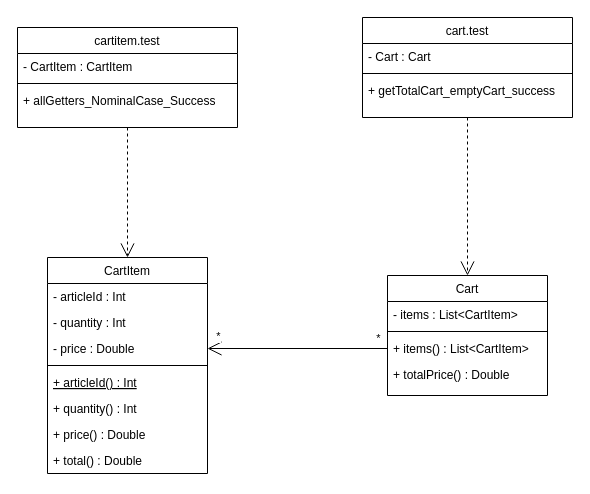
The draw.io diagram ClassDiagram.drawio in CyrilGoldenschue/RIA1_TDD_TRAINING, before the edit. Source tidied: cells renumbered, new cells numbered last; positions are measured from the earlier drawing's top-left corner, leaving out a move shared by most shapes. Both pictures are drawn from the tidied source at 100%, with x=0, y=0 at pixel (17, 17).
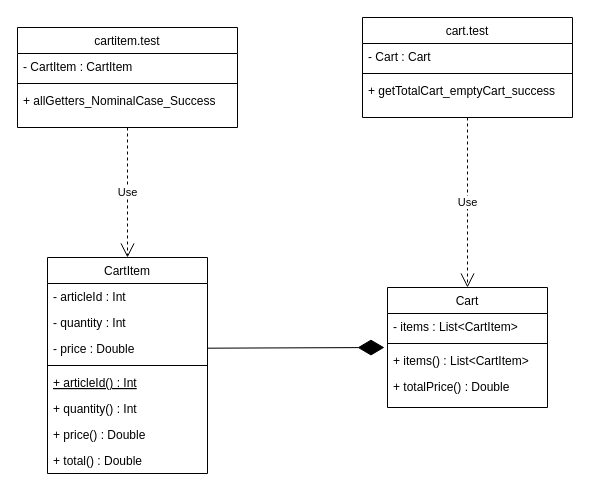
The same page after the edit.

Commit message:
Correct relation

The change refers to these unchanged cells:
```xml
<mxCell id="2" value="CartItem" style="swimlane;fontStyle=0;align=center;verticalAlign=top;horizontal=1;startSize=26;rounded=0;shadow=0;strokeWidth=1;" parent="1" vertex="1">
  <mxGeometry x="30" y="240" width="160" height="216" as="geometry" />
</mxCell>
<mxCell id="5" value="- price : Double" style="text;align=left;verticalAlign=top;spacingLeft=4;spacingRight=4;overflow=hidden;points=[[0,0.5],[1,0.5]];portConstraint=eastwest;rounded=0;shadow=0;html=0;" parent="2" vertex="1">
  <mxGeometry y="78" width="160" height="26" as="geometry" />
</mxCell>
<mxCell id="14" value="+ items() : List&lt;CartItem&gt;" style="text;align=left;verticalAlign=top;spacingLeft=4;spacingRight=4;overflow=hidden;points=[[0,0.5],[1,0.5]];portConstraint=eastwest;" parent="11" vertex="1">
  <mxGeometry y="60" width="160" height="26" as="geometry" />
</mxCell>
<mxCell id="16" value="cartitem.test" style="swimlane;fontStyle=0;align=center;verticalAlign=top;horizontal=1;startSize=26;rounded=0;shadow=0;strokeWidth=1;" parent="1" vertex="1">
  <mxGeometry y="10" width="220" height="100" as="geometry" />
</mxCell>
<mxCell id="20" value="cart.test" style="swimlane;fontStyle=0;align=center;verticalAlign=top;horizontal=1;startSize=26;rounded=0;shadow=0;strokeWidth=1;" parent="1" vertex="1">
  <mxGeometry x="345" width="210" height="100" as="geometry" />
</mxCell>
```

Diff of the diagram source:
```diff
@@
     <mxCell id="11" value="Cart" style="swimlane;fontStyle=0;align=center;verticalAlign=top;horizontal=1;startSize=26;rounded=0;shadow=0;strokeWidth=1;" parent="1" vertex="1">
-      <mxGeometry x="370" y="258" width="160" height="120" as="geometry" />
+      <mxGeometry x="370" y="270" width="160" height="120" as="geometry" />
     </mxCell>
@@
-    <mxCell id="24" style="endArrow=open;endFill=1;endSize=12;html=1;rounded=0;exitX=0;exitY=0.5;exitDx=0;exitDy=0;entryX=1;entryY=0.5;entryDx=0;entryDy=0;" parent="1" edge="1" source="14" target="5">
-      <mxGeometry relative="1" as="geometry" />
-    </mxCell>
-    <mxCell id="25" value="*" style="edgeLabel;html=1;align=center;verticalAlign=middle;" parent="24" vertex="1">
-      <mxGeometry x="0.49" y="4" relative="1" as="geometry">
-        <mxPoint x="-36" y="-17" as="offset" />
-      </mxGeometry>
-    </mxCell>
-    <mxCell id="26" value="*" style="edgeLabel;html=1;align=center;verticalAlign=middle;" parent="24" vertex="1">
-      <mxGeometry x="-0.19" y="1" relative="1" as="geometry">
-        <mxPoint x="63" y="-12" as="offset" />
-      </mxGeometry>
-    </mxCell>
-    <mxCell id="27" style="endArrow=open;endFill=1;endSize=12;html=1;rounded=0;exitX=0.5;exitY=1;exitDx=0;exitDy=0;entryX=0.5;entryY=0;entryDx=0;entryDy=0;dashed=1;" parent="1" edge="1" source="20" target="11">
-      <mxGeometry relative="1" as="geometry" />
-    </mxCell>
+    <mxCell id="29" style="endArrow=diamondThin;endFill=1;endSize=24;html=1;rounded=0;entryX=-0.019;entryY=0;entryDx=0;entryDy=0;entryPerimeter=0;" parent="1" edge="1" source="5" target="14">
+      <mxGeometry relative="1" as="geometry" />
+    </mxCell>
-    <mxCell id="28" style="endArrow=open;endFill=1;endSize=12;html=1;rounded=0;exitX=0.5;exitY=1;exitDx=0;exitDy=0;entryX=0.5;entryY=0;entryDx=0;entryDy=0;dashed=1;" parent="1" edge="1" source="16" target="2">
+    <mxCell id="28" value="Use" style="endArrow=open;endSize=12;dashed=1;html=1;rounded=0;entryX=0.5;entryY=0;entryDx=0;entryDy=0;exitX=0.5;exitY=1;exitDx=0;exitDy=0;" parent="1" edge="1" source="16" target="2">
       <mxGeometry relative="1" as="geometry" />
     </mxCell>
+    <mxCell id="30" value="Use" style="endArrow=open;endSize=12;dashed=1;html=1;rounded=0;entryX=0.5;entryY=0;entryDx=0;entryDy=0;" parent="1" edge="1" target="11">
+      <mxGeometry relative="1" as="geometry">
+        <mxPoint x="450" y="100" as="sourcePoint" />
+        <Array as="points">
+          <mxPoint x="450" y="210" />
+        </Array>
+      </mxGeometry>
+    </mxCell>
```
